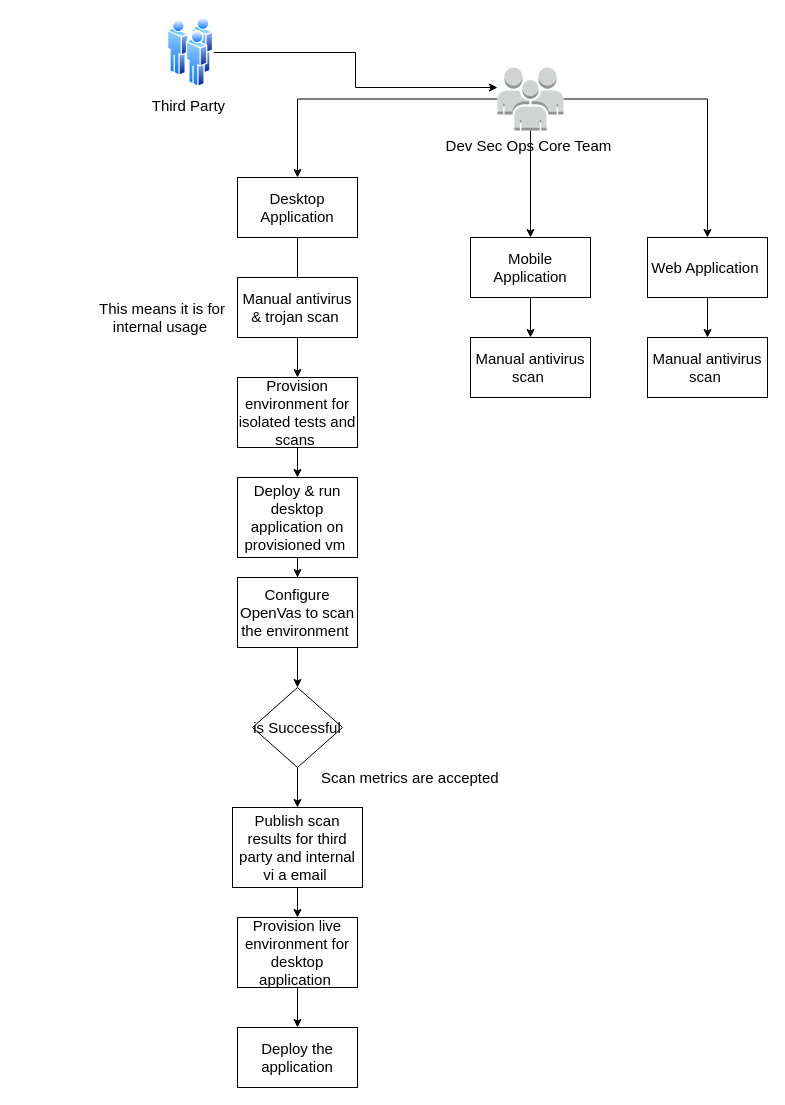
This is page "External process" (3 of 3) of icurity.drawio from tyger-rareatom/consulting-architectures, a draw.io file, before an edit. Source tidied: cells renumbered, new cells numbered last; positions are measured from the earlier drawing's top-left corner, leaving out a move shared by most shapes. Both pictures are drawn from the tidied source at 100%, with x=0, y=0 at pixel (97, 17).
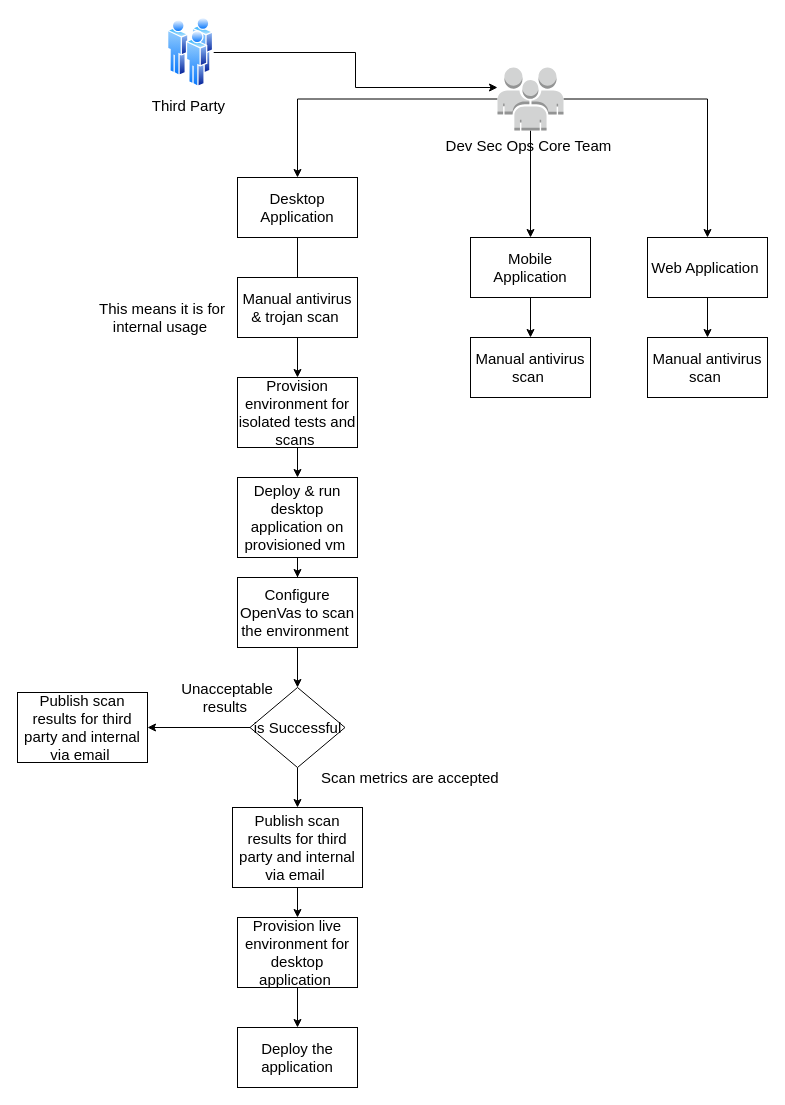
The same diagram, later.

The edit, as a diff of the source:
```diff
@@
+    <mxCell id="33" style="edgeStyle=orthogonalEdgeStyle;rounded=0;jettySize=auto;html=1;entryX=1;entryY=0.5;entryDx=0;entryDy=0;fontSize=15;" parent="1" edge="1" source="26" target="34">
+      <mxGeometry relative="1" as="geometry" />
+    </mxCell>
     <mxCell id="26" value="is Successful" style="rhombus;whiteSpace=wrap;html=1;fontSize=15;" parent="1" vertex="1">
-      <mxGeometry x="155" y="670" width="90" height="80" as="geometry" />
+      <mxGeometry x="152.5" y="670" width="95" height="80" as="geometry" />
     </mxCell>
@@
-    <mxCell id="28" value="Publish scan results for third party and internal vi a email&amp;nbsp;" style="rounded=0;whiteSpace=wrap;html=1;fontSize=15;" parent="1" vertex="1">
+    <mxCell id="28" value="Publish scan results for third party and internal via email&amp;nbsp;" style="rounded=0;whiteSpace=wrap;html=1;fontSize=15;" parent="1" vertex="1">
       <mxGeometry x="135" y="790" width="130" height="80" as="geometry" />
     </mxCell>
@@
+    <mxCell id="34" value="Publish scan results for third party and internal via email&amp;nbsp;" style="rounded=0;whiteSpace=wrap;html=1;fontSize=15;" parent="1" vertex="1">
+      <mxGeometry x="-80" y="675" width="130" height="70" as="geometry" />
+    </mxCell>
+    <mxCell id="35" value="Unacceptable results&amp;nbsp;" style="text;html=1;strokeColor=none;fillColor=none;align=center;verticalAlign=middle;whiteSpace=wrap;rounded=0;fontSize=15;" parent="1" vertex="1">
+      <mxGeometry x="110" y="670" width="40" height="20" as="geometry" />
+    </mxCell>
```
